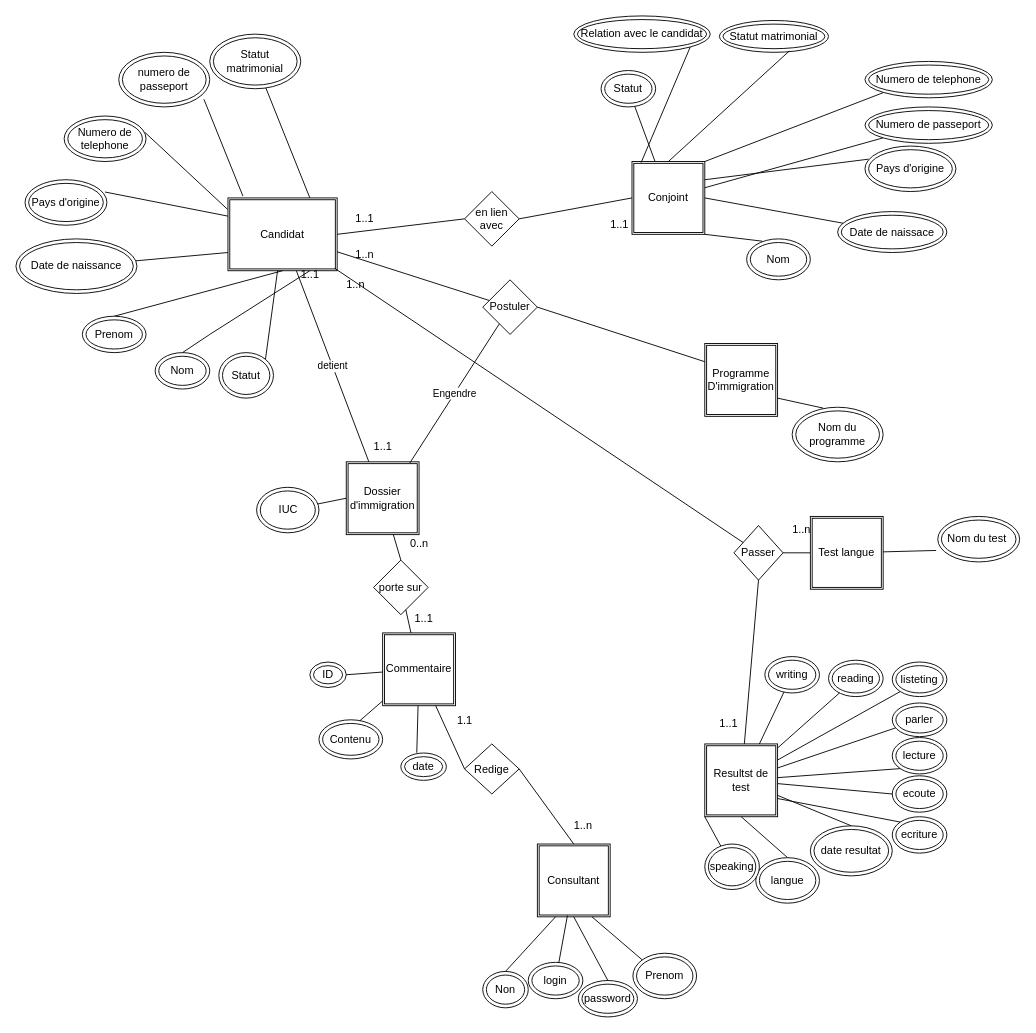
Before: semaine_1_modele_entite_association.drawio in arseneRuben/INF1094, a draw.io diagram. Source tidied: cells renumbered, new cells numbered last; positions are measured from the earlier drawing's top-left corner, leaving out a move shared by most shapes. Both pictures are drawn from the tidied source at 91%, with x=0, y=0 at pixel (15, 15).
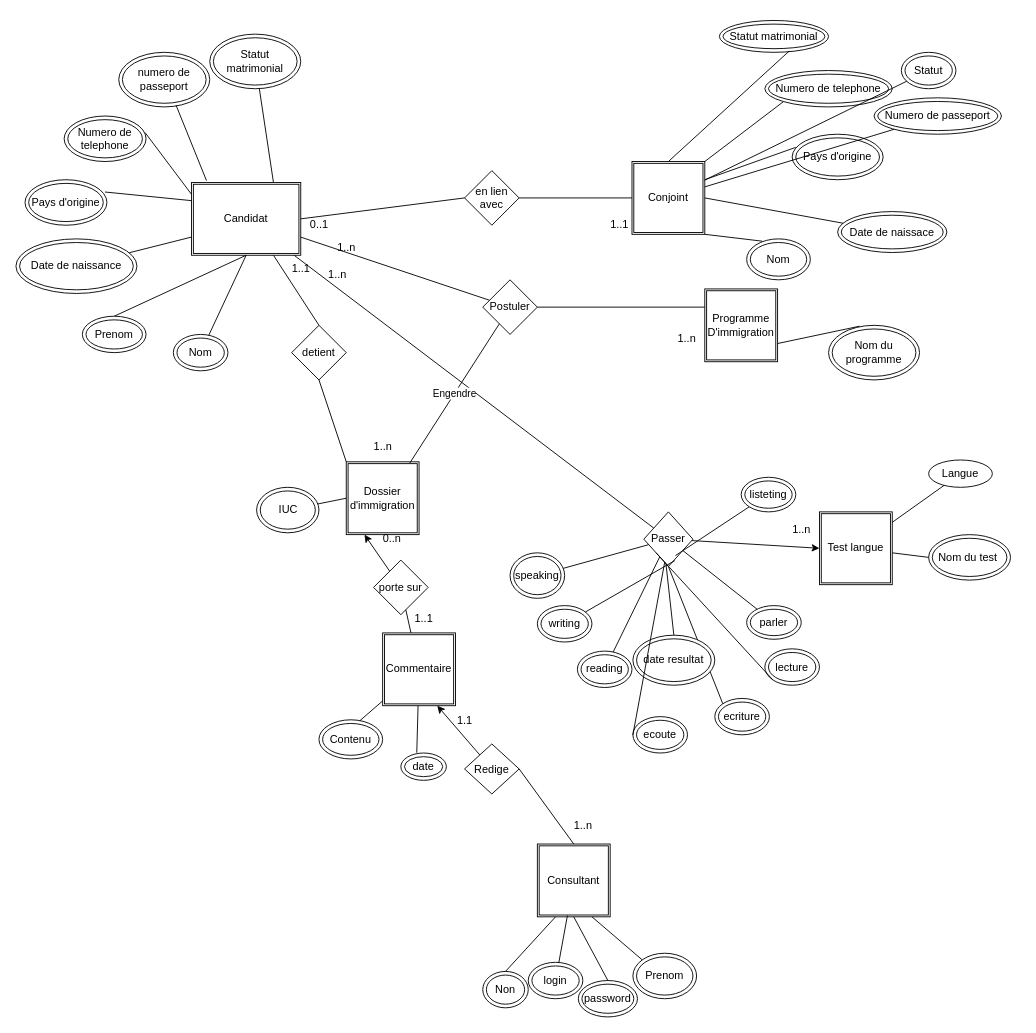
Above is the later version.

Commit message:
correction : modele entite association

The change refers to these unchanged cells:
```xml
<mxCell id="12" value="numero de passeport" style="ellipse;shape=doubleEllipse;whiteSpace=wrap;html=1;" parent="1" vertex="1">
  <mxGeometry x="113" y="40" width="100" height="60" as="geometry" />
</mxCell>
<mxCell id="17" value="Conjoint" style="shape=ext;double=1;whiteSpace=wrap;html=1;" parent="1" vertex="1">
  <mxGeometry x="677" y="160" width="80" height="80" as="geometry" />
</mxCell>
<mxCell id="31" value="Dossier d'immigration" style="shape=ext;double=1;whiteSpace=wrap;html=1;" parent="1" vertex="1">
  <mxGeometry x="363" y="490" width="80" height="80" as="geometry" />
</mxCell>
<mxCell id="60" value="Commentaire" style="shape=ext;double=1;whiteSpace=wrap;html=1;" parent="1" vertex="1">
  <mxGeometry x="403" y="678" width="80" height="80" as="geometry" />
</mxCell>
<mxCell id="97" value="Redige" style="rhombus;whiteSpace=wrap;html=1;" parent="1" vertex="1">
  <mxGeometry x="493" y="800" width="60" height="55" as="geometry" />
</mxCell>
<mxCell id="108" value="porte sur" style="rhombus;whiteSpace=wrap;html=1;" parent="1" vertex="1">
  <mxGeometry x="393" y="598" width="60" height="60" as="geometry" />
</mxCell>
```

Diff of the diagram source:
```diff
@@
     <mxCell id="2" value="Candidat" style="shape=ext;double=1;rounded=0;whiteSpace=wrap;html=1;" parent="1" vertex="1">
-      <mxGeometry x="233" y="200" width="120" height="80" as="geometry" />
+      <mxGeometry x="193" y="183" width="120" height="80" as="geometry" />
     </mxCell>
@@
     <mxCell id="5" value="Nom" style="ellipse;shape=doubleEllipse;whiteSpace=wrap;html=1;" parent="1" vertex="1">
-      <mxGeometry x="153" y="370" width="60" height="40" as="geometry" />
+      <mxGeometry x="173" y="350" width="60" height="40" as="geometry" />
     </mxCell>
@@
-    <mxCell id="8" style="endArrow=none;html=1;rounded=0;exitX=0.5;exitY=0;exitDx=0;exitDy=0;entryX=0.75;entryY=1;entryDx=0;entryDy=0;" parent="1" edge="1" source="5" target="2">
-      <mxGeometry relative="1" as="geometry">
-        <Array as="points">
-          <mxPoint x="213" y="350" />
-        </Array>
-      </mxGeometry>
-    </mxCell>
@@
-    <mxCell id="14" style="endArrow=none;html=1;rounded=0;entryX=0.936;entryY=0.86;entryDx=0;entryDy=0;entryPerimeter=0;exitX=0.137;exitY=-0.025;exitDx=0;exitDy=0;exitPerimeter=0;" parent="1" edge="1" source="2" target="12">
+    <mxCell id="14" style="endArrow=none;html=1;rounded=0;entryX=0.63;entryY=0.97;entryDx=0;entryDy=0;entryPerimeter=0;exitX=0.137;exitY=-0.025;exitDx=0;exitDy=0;exitPerimeter=0;" parent="1" edge="1" source="2" target="12">
       <mxGeometry relative="1" as="geometry" />
     </mxCell>
@@
     <mxCell id="20" value="Numero de telephone" style="ellipse;shape=doubleEllipse;whiteSpace=wrap;html=1;" parent="1" vertex="1">
-      <mxGeometry x="933" y="50" width="140" height="40" as="geometry" />
+      <mxGeometry x="823" y="60" width="140" height="40" as="geometry" />
     </mxCell>
     <mxCell id="21" value="Pays d'origine" style="ellipse;shape=doubleEllipse;whiteSpace=wrap;html=1;" parent="1" vertex="1">
-      <mxGeometry x="933" y="143" width="100" height="50" as="geometry" />
+      <mxGeometry x="853" y="130" width="100" height="50" as="geometry" />
     </mxCell>
     <mxCell id="22" value="Numero de passeport" style="ellipse;shape=doubleEllipse;whiteSpace=wrap;html=1;" parent="1" vertex="1">
-      <mxGeometry x="933" y="100" width="140" height="40" as="geometry" />
+      <mxGeometry x="943" y="90" width="140" height="40" as="geometry" />
     </mxCell>
@@
-    <mxCell id="24" value="Relation avec le candidat" style="ellipse;shape=doubleEllipse;whiteSpace=wrap;html=1;" parent="1" vertex="1">
-      <mxGeometry x="613" width="150" height="40" as="geometry" />
-    </mxCell>
-    <mxCell id="25" style="endArrow=none;html=1;rounded=0;entryX=1;entryY=1;entryDx=0;entryDy=0;exitX=0.125;exitY=0.015;exitDx=0;exitDy=0;exitPerimeter=0;" parent="1" edge="1" source="17" target="24">
-      <mxGeometry relative="1" as="geometry" />
-    </mxCell>
@@
     <mxCell id="34" value="Programme D'immigration" style="shape=ext;double=1;whiteSpace=wrap;html=1;" parent="1" vertex="1">
-      <mxGeometry x="757" y="360" width="80" height="80" as="geometry" />
+      <mxGeometry x="757" y="300" width="80" height="80" as="geometry" />
     </mxCell>
     <mxCell id="35" value="Nom du programme" style="ellipse;shape=doubleEllipse;whiteSpace=wrap;html=1;" parent="1" vertex="1">
-      <mxGeometry x="853" y="430" width="100" height="60" as="geometry" />
+      <mxGeometry x="893" y="340" width="100" height="60" as="geometry" />
     </mxCell>
@@
-    <mxCell id="38" value="Statut" style="ellipse;shape=doubleEllipse;whiteSpace=wrap;html=1;" parent="1" vertex="1">
-      <mxGeometry x="223" y="370" width="60" height="50" as="geometry" />
-    </mxCell>
-    <mxCell id="39" style="endArrow=none;html=1;rounded=0;exitX=1;exitY=0;exitDx=0;exitDy=0;" parent="1" edge="1" source="38" target="2">
-      <mxGeometry relative="1" as="geometry" />
-    </mxCell>
-    <mxCell id="40" value="Resultst de test" style="shape=ext;double=1;whiteSpace=wrap;html=1;" parent="1" vertex="1">
-      <mxGeometry x="757" y="800" width="80" height="80" as="geometry" />
-    </mxCell>
     <mxCell id="41" value="ecriture" style="ellipse;shape=doubleEllipse;whiteSpace=wrap;html=1;" parent="1" vertex="1">
-      <mxGeometry x="963" y="880" width="60" height="40" as="geometry" />
+      <mxGeometry x="768" y="750" width="60" height="40" as="geometry" />
     </mxCell>
-    <mxCell id="42" style="endArrow=none;html=1;rounded=0;entryX=0;entryY=0;entryDx=0;entryDy=0;exitX=1;exitY=0.75;exitDx=0;exitDy=0;" parent="1" edge="1" source="40" target="41">
+    <mxCell id="42" style="endArrow=none;html=1;rounded=0;entryX=0;entryY=0;entryDx=0;entryDy=0;exitX=0.5;exitY=1;exitDx=0;exitDy=0;" parent="1" edge="1" source="76" target="41">
       <mxGeometry relative="1" as="geometry" />
     </mxCell>
     <mxCell id="43" value="date resultat" style="ellipse;shape=doubleEllipse;whiteSpace=wrap;html=1;" parent="1" vertex="1">
-      <mxGeometry x="873" y="890" width="90" height="55" as="geometry" />
+      <mxGeometry x="678" y="680.5" width="90" height="55" as="geometry" />
     </mxCell>
-    <mxCell id="44" value="langue" style="ellipse;shape=doubleEllipse;whiteSpace=wrap;html=1;" parent="1" vertex="1">
-      <mxGeometry x="813" y="925" width="70" height="50" as="geometry" />
-    </mxCell>
     <mxCell id="45" value="speaking" style="ellipse;shape=doubleEllipse;whiteSpace=wrap;html=1;" parent="1" vertex="1">
-      <mxGeometry x="757" y="910" width="60" height="50" as="geometry" />
+      <mxGeometry x="543" y="590" width="60" height="50" as="geometry" />
     </mxCell>
-    <mxCell id="46" style="endArrow=none;html=1;rounded=0;exitX=0.5;exitY=0;exitDx=0;exitDy=0;" parent="1" edge="1" source="43" target="40">
-      <mxGeometry relative="1" as="geometry" />
+    <mxCell id="46" style="endArrow=none;html=1;rounded=0;exitX=0.5;exitY=0;exitDx=0;exitDy=0;" parent="1" edge="1" source="43">
+      <mxGeometry relative="1" as="geometry">
+        <mxPoint x="713" y="590" as="targetPoint" />
+      </mxGeometry>
     </mxCell>
-    <mxCell id="47" style="endArrow=none;html=1;rounded=0;entryX=0.5;entryY=1;entryDx=0;entryDy=0;exitX=0.5;exitY=0;exitDx=0;exitDy=0;" parent="1" edge="1" source="44" target="40">
-      <mxGeometry relative="1" as="geometry" />
-    </mxCell>
-    <mxCell id="48" style="endArrow=none;html=1;rounded=0;entryX=0;entryY=1;entryDx=0;entryDy=0;" parent="1" edge="1" source="45" target="40">
+    <mxCell id="48" style="endArrow=none;html=1;rounded=0;" parent="1" edge="1" source="45" target="76">
       <mxGeometry relative="1" as="geometry" />
     </mxCell>
@@
-    <mxCell id="52" value="ID" style="ellipse;shape=doubleEllipse;whiteSpace=wrap;html=1;" parent="1" vertex="1">
-      <mxGeometry x="323" y="710" width="40" height="28" as="geometry" />
-    </mxCell>
@@
-    <mxCell id="55" style="endArrow=none;html=1;rounded=0;exitX=1;exitY=0.5;exitDx=0;exitDy=0;" parent="1" edge="1" source="52" target="60">
-      <mxGeometry relative="1" as="geometry" />
-    </mxCell>
@@
-    <mxCell id="61" value="1..1" style="text;html=1;align=center;verticalAlign=middle;strokeColor=none;fillColor=none;" parent="1" vertex="1">
-      <mxGeometry x="363" y="208" width="40" height="30" as="geometry" />
+    <mxCell id="61" value="0..1" style="text;html=1;align=center;verticalAlign=middle;strokeColor=none;fillColor=none;" parent="1" vertex="1">
+      <mxGeometry x="313" y="215" width="40" height="30" as="geometry" />
     </mxCell>
-    <mxCell id="62" value="1..1" style="text;html=1;align=center;verticalAlign=middle;strokeColor=none;fillColor=none;" parent="1" vertex="1">
+    <mxCell id="62" value="1..n" style="text;html=1;align=center;verticalAlign=middle;strokeColor=none;fillColor=none;" parent="1" vertex="1">
       <mxGeometry x="383" y="458" width="40" height="30" as="geometry" />
     </mxCell>
     <mxCell id="63" value="1..1" style="text;html=1;align=center;verticalAlign=middle;strokeColor=none;fillColor=none;" parent="1" vertex="1">
-      <mxGeometry x="303" y="270" width="40" height="30" as="geometry" />
+      <mxGeometry x="293" y="263" width="40" height="30" as="geometry" />
     </mxCell>
@@
     <mxCell id="66" value="1..n" style="text;html=1;align=center;verticalAlign=middle;strokeColor=none;fillColor=none;" parent="1" vertex="1">
-      <mxGeometry x="363" y="248" width="40" height="30" as="geometry" />
+      <mxGeometry x="343" y="240" width="40" height="30" as="geometry" />
     </mxCell>
-    <mxCell id="67" value="1..1" style="text;html=1;align=center;verticalAlign=middle;strokeColor=none;fillColor=none;" parent="1" vertex="1">
-      <mxGeometry x="763" y="763" width="40" height="30" as="geometry" />
-    </mxCell>
@@
     <mxCell id="70" value="1..n" style="text;html=1;align=center;verticalAlign=middle;points=[];strokeColor=none;fillColor=none;" parent="1" vertex="1">
-      <mxGeometry x="353" y="280" width="40" height="30" as="geometry" />
+      <mxGeometry x="333" y="270" width="40" height="30" as="geometry" />
     </mxCell>
@@
-    <mxCell id="72" value="detient" style="endArrow=none;html=1;rounded=0;" parent="1" edge="1" source="31" target="2">
-      <mxGeometry relative="1" as="geometry" />
-    </mxCell>
     <mxCell id="73" value="Statut" style="ellipse;shape=doubleEllipse;whiteSpace=wrap;html=1;" parent="1" vertex="1">
-      <mxGeometry x="643" y="60" width="60" height="40" as="geometry" />
+      <mxGeometry x="973" y="40" width="60" height="40" as="geometry" />
     </mxCell>
@@
+    <mxCell id="112" style="rounded=0;jettySize=auto;html=1;entryX=0;entryY=0.5;entryDx=0;entryDy=0;" parent="1" edge="1" source="76" target="92">
+      <mxGeometry relative="1" as="geometry" />
+    </mxCell>
     <mxCell id="76" value="Passer" style="rhombus;whiteSpace=wrap;html=1;" parent="1" vertex="1">
-      <mxGeometry x="789" y="560" width="54" height="60" as="geometry" />
+      <mxGeometry x="690" y="545" width="54" height="60" as="geometry" />
     </mxCell>
-    <mxCell id="77" style="endArrow=none;html=1;rounded=0;exitX=-0.065;exitY=-0.087;exitDx=0;exitDy=0;exitPerimeter=0;" parent="1" edge="1" source="70" target="76">
+    <mxCell id="77" style="endArrow=none;html=1;rounded=0;" parent="1" edge="1" source="2" target="76">
       <mxGeometry relative="1" as="geometry" />
     </mxCell>
-    <mxCell id="78" style="endArrow=none;html=1;rounded=0;entryX=0.5;entryY=1;entryDx=0;entryDy=0;" parent="1" edge="1" source="40" target="76">
-      <mxGeometry relative="1" as="geometry" />
-    </mxCell>
-    <mxCell id="79" style="endArrow=none;html=1;rounded=0;entryX=1;entryY=0.5;entryDx=0;entryDy=0;exitX=0;exitY=0.5;exitDx=0;exitDy=0;" parent="1" edge="1" source="92" target="76">
-      <mxGeometry relative="1" as="geometry" />
-    </mxCell>
     <mxCell id="80" value="ecoute" style="ellipse;shape=doubleEllipse;whiteSpace=wrap;html=1;" parent="1" vertex="1">
-      <mxGeometry x="963" y="835" width="60" height="40" as="geometry" />
+      <mxGeometry x="678" y="770" width="60" height="40" as="geometry" />
     </mxCell>
     <mxCell id="81" value="lecture" style="ellipse;shape=doubleEllipse;whiteSpace=wrap;html=1;" parent="1" vertex="1">
-      <mxGeometry x="963" y="793" width="60" height="40" as="geometry" />
+      <mxGeometry x="823" y="695.5" width="60" height="40" as="geometry" />
     </mxCell>
-    <mxCell id="82" style="endArrow=none;html=1;rounded=0;entryX=0;entryY=0.5;entryDx=0;entryDy=0;" parent="1" edge="1" source="40" target="80">
-      <mxGeometry relative="1" as="geometry" />
+    <mxCell id="82" style="endArrow=none;html=1;rounded=0;entryX=0;entryY=0.5;entryDx=0;entryDy=0;" parent="1" edge="1" target="80">
+      <mxGeometry relative="1" as="geometry">
+        <mxPoint x="713" y="600" as="sourcePoint" />
+      </mxGeometry>
     </mxCell>
-    <mxCell id="83" style="endArrow=none;html=1;rounded=0;entryX=0;entryY=1;entryDx=0;entryDy=0;" parent="1" edge="1" source="40" target="81">
+    <mxCell id="83" style="endArrow=none;html=1;rounded=0;entryX=0;entryY=1;entryDx=0;entryDy=0;exitX=0;exitY=1;exitDx=0;exitDy=0;" parent="1" edge="1" source="76" target="81">
       <mxGeometry relative="1" as="geometry" />
     </mxCell>
     <mxCell id="84" value="writing" style="ellipse;shape=doubleEllipse;whiteSpace=wrap;html=1;" parent="1" vertex="1">
-      <mxGeometry x="823" y="704" width="60" height="40" as="geometry" />
+      <mxGeometry x="573" y="648" width="60" height="40" as="geometry" />
     </mxCell>
     <mxCell id="85" value="reading" style="ellipse;shape=doubleEllipse;whiteSpace=wrap;html=1;" parent="1" vertex="1">
-      <mxGeometry x="893" y="708" width="60" height="40" as="geometry" />
+      <mxGeometry x="617" y="698" width="60" height="40" as="geometry" />
     </mxCell>
     <mxCell id="86" value="listeting" style="ellipse;shape=doubleEllipse;whiteSpace=wrap;html=1;" parent="1" vertex="1">
-      <mxGeometry x="963" y="710" width="60" height="38" as="geometry" />
+      <mxGeometry x="797" y="507" width="60" height="38" as="geometry" />
     </mxCell>
-    <mxCell id="87" style="endArrow=none;html=1;rounded=0;exitX=0.75;exitY=0;exitDx=0;exitDy=0;" parent="1" edge="1" source="40" target="84">
+    <mxCell id="87" style="endArrow=none;html=1;rounded=0;exitX=0.63;exitY=0.893;exitDx=0;exitDy=0;exitPerimeter=0;" parent="1" edge="1" source="76" target="84">
       <mxGeometry relative="1" as="geometry" />
     </mxCell>
-    <mxCell id="88" style="endArrow=none;html=1;rounded=0;" parent="1" edge="1" source="40" target="85">
+    <mxCell id="88" style="endArrow=none;html=1;rounded=0;" parent="1" edge="1" source="76" target="85">
       <mxGeometry relative="1" as="geometry" />
     </mxCell>
-    <mxCell id="89" style="endArrow=none;html=1;rounded=0;entryX=0;entryY=1;entryDx=0;entryDy=0;" parent="1" edge="1" source="40" target="86">
+    <mxCell id="89" style="endArrow=none;html=1;rounded=0;entryX=0;entryY=1;entryDx=0;entryDy=0;exitX=0.644;exitY=0.8;exitDx=0;exitDy=0;exitPerimeter=0;" parent="1" edge="1" source="76" target="86">
       <mxGeometry relative="1" as="geometry" />
     </mxCell>
     <mxCell id="90" value="parler" style="ellipse;shape=doubleEllipse;whiteSpace=wrap;html=1;" parent="1" vertex="1">
-      <mxGeometry x="963" y="755" width="60" height="37" as="geometry" />
+      <mxGeometry x="803" y="648" width="60" height="37" as="geometry" />
     </mxCell>
-    <mxCell id="91" style="endArrow=none;html=1;rounded=0;" parent="1" edge="1" source="40" target="90">
+    <mxCell id="91" style="endArrow=none;html=1;rounded=0;" parent="1" edge="1" source="76" target="90">
       <mxGeometry relative="1" as="geometry" />
     </mxCell>
     <mxCell id="92" value="Test langue" style="shape=ext;double=1;whiteSpace=wrap;html=1;" parent="1" vertex="1">
-      <mxGeometry x="873" y="550" width="80" height="80" as="geometry" />
+      <mxGeometry x="883" y="545" width="80" height="80" as="geometry" />
     </mxCell>
@@
+    <mxCell id="113" style="rounded=0;jettySize=auto;html=1;entryX=0.75;entryY=1;entryDx=0;entryDy=0;" parent="1" edge="1" source="97" target="60">
+      <mxGeometry relative="1" as="geometry" />
+    </mxCell>
@@
-    <mxCell id="98" style="endArrow=none;html=1;rounded=0;entryX=0;entryY=0.5;entryDx=0;entryDy=0;" parent="1" edge="1" source="60" target="97">
-      <mxGeometry relative="1" as="geometry" />
-    </mxCell>
@@
     <mxCell id="103" value="en lien avec" style="rhombus;whiteSpace=wrap;html=1;" parent="1" vertex="1">
-      <mxGeometry x="493" y="193" width="60" height="60" as="geometry" />
+      <mxGeometry x="493" y="170" width="60" height="60" as="geometry" />
     </mxCell>
@@
     <mxCell id="106" value="Nom du test&amp;nbsp;" style="ellipse;shape=doubleEllipse;whiteSpace=wrap;html=1;" parent="1" vertex="1">
-      <mxGeometry x="1013" y="550" width="90" height="50" as="geometry" />
+      <mxGeometry x="1003" y="570" width="90" height="50" as="geometry" />
     </mxCell>
-    <mxCell id="107" style="endArrow=none;html=1;rounded=0;entryX=-0.02;entryY=0.748;entryDx=0;entryDy=0;entryPerimeter=0;" parent="1" edge="1" source="92" target="106">
+    <mxCell id="107" style="endArrow=none;html=1;rounded=0;entryX=0;entryY=0.5;entryDx=0;entryDy=0;" parent="1" edge="1" source="92" target="106">
       <mxGeometry relative="1" as="geometry" />
     </mxCell>
+    <mxCell id="110" style="rounded=0;jettySize=auto;html=1;entryX=0.25;entryY=1;entryDx=0;entryDy=0;" parent="1" edge="1" source="108" target="31">
+      <mxGeometry relative="1" as="geometry" />
+    </mxCell>
@@
-    <mxCell id="110" style="endArrow=none;html=1;rounded=0;exitX=0.5;exitY=0;exitDx=0;exitDy=0;" parent="1" edge="1" source="108" target="31">
-      <mxGeometry relative="1" as="geometry" />
-    </mxCell>
     <mxCell id="111" value="0..n" style="text;html=1;align=center;verticalAlign=middle;strokeColor=none;fillColor=none;" parent="1" vertex="1">
-      <mxGeometry x="423" y="565" width="40" height="30" as="geometry" />
+      <mxGeometry x="393" y="560" width="40" height="30" as="geometry" />
     </mxCell>
+    <mxCell id="114" value="1..n" style="text;html=1;align=center;verticalAlign=middle;strokeColor=none;fillColor=none;" parent="1" vertex="1">
+      <mxGeometry x="717" y="340" width="40" height="30" as="geometry" />
+    </mxCell>
+    <mxCell id="8" style="endArrow=none;html=1;rounded=0;entryX=0.5;entryY=1;entryDx=0;entryDy=0;" parent="1" edge="1" source="5" target="2">
+      <mxGeometry relative="1" as="geometry" />
+    </mxCell>
+    <mxCell id="72" value="detient" style="rhombus;whiteSpace=wrap;html=1;" parent="1" vertex="1">
+      <mxGeometry x="303" y="340" width="60" height="60" as="geometry" />
+    </mxCell>
+    <mxCell id="115" style="endArrow=none;html=1;rounded=0;exitX=0;exitY=0;exitDx=0;exitDy=0;entryX=0.5;entryY=1;entryDx=0;entryDy=0;" parent="1" edge="1" source="31" target="72">
+      <mxGeometry relative="1" as="geometry" />
+    </mxCell>
+    <mxCell id="116" style="endArrow=none;html=1;rounded=0;exitX=0.75;exitY=1;exitDx=0;exitDy=0;entryX=0.5;entryY=0;entryDx=0;entryDy=0;" parent="1" edge="1" source="2" target="72">
+      <mxGeometry relative="1" as="geometry" />
+    </mxCell>
+    <mxCell id="117" value="Langue" style="ellipse;whiteSpace=wrap;html=1;" parent="1" vertex="1">
+      <mxGeometry x="1003" y="488" width="70" height="30" as="geometry" />
+    </mxCell>
+    <mxCell id="118" style="endArrow=none;html=1;rounded=0;" parent="1" edge="1" source="92" target="117">
+      <mxGeometry relative="1" as="geometry" />
+    </mxCell>
```
